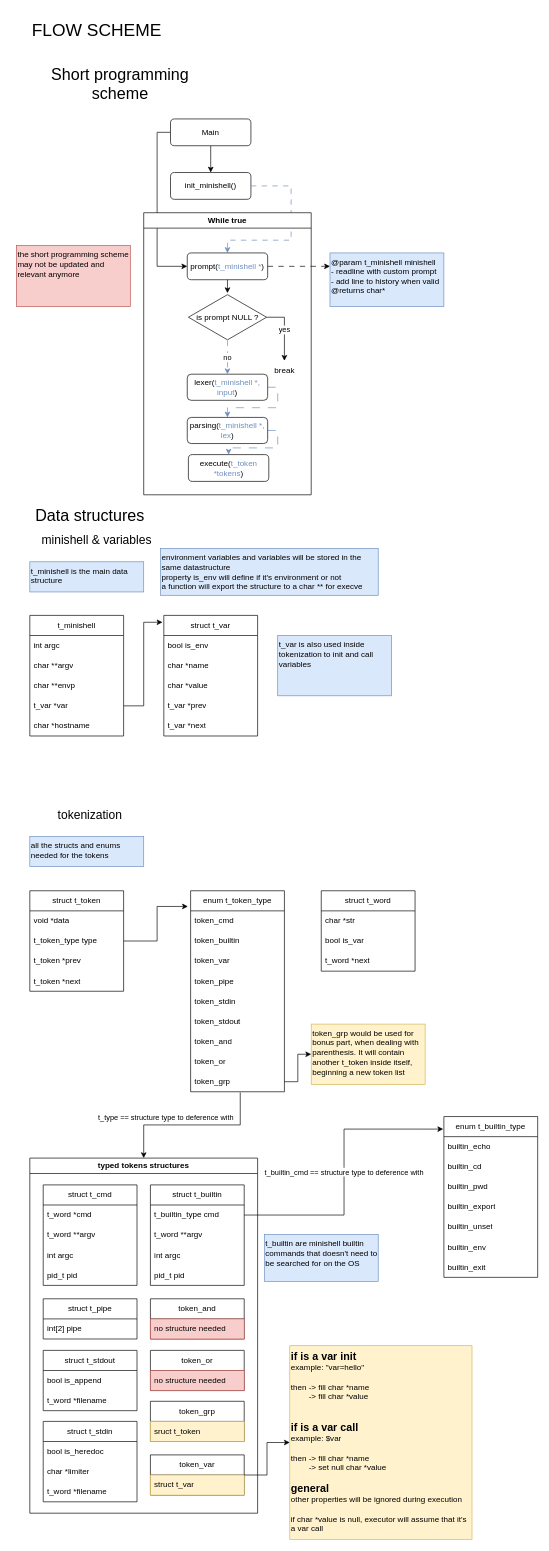
The draw.io diagram docs/flow_scheme.drawio in RPDJF/42-minishell, before the edit. Source tidied: cells renumbered, new cells numbered last; positions are measured from the earlier drawing's top-left corner, leaving out a move shared by most shapes. Both pictures are drawn from the tidied source at 67%, with x=0, y=0 at pixel (13, 11).
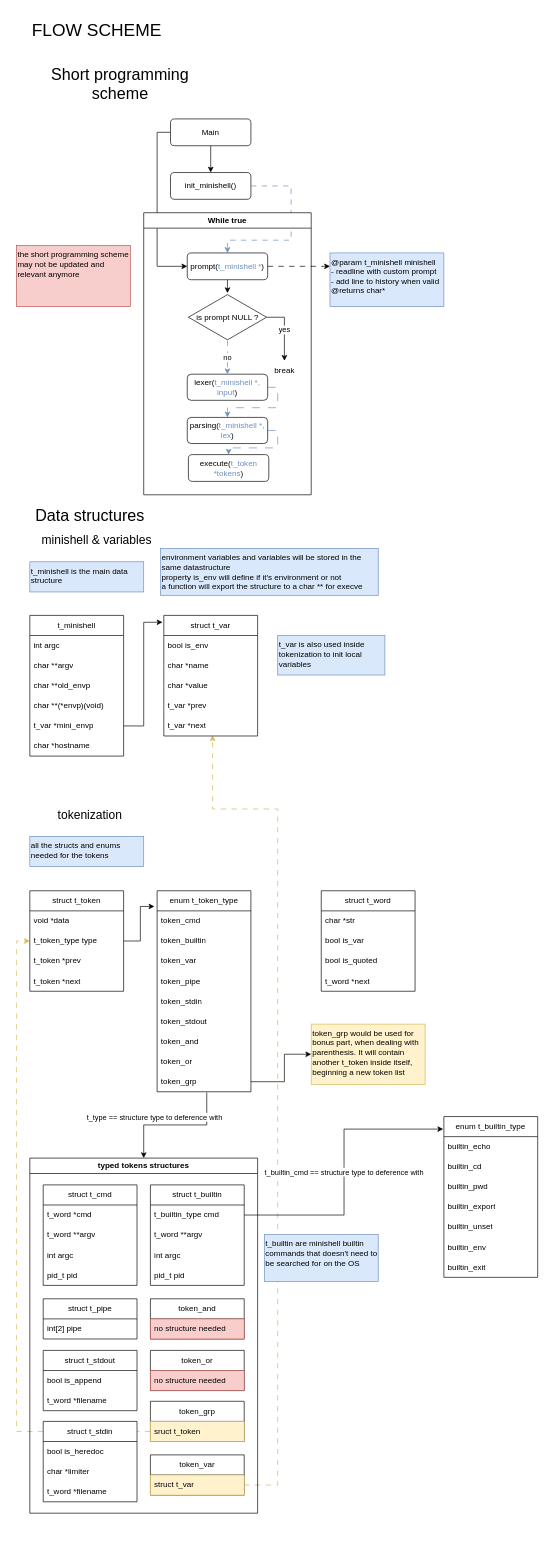
Above is the later version.

Commit message:
Mettre à jour flow_scheme.drawio

The change refers to these unchanged cells:
```xml
<mxCell id="21" value="struct t_token" style="swimlane;fontStyle=0;horizontal=1;startSize=30;whiteSpace=wrap;html=1;" parent="1" vertex="1">
  <mxGeometry x="25" y="1312" width="140" height="150" as="geometry" />
</mxCell>
<mxCell id="36" value="token_grp" style="text;strokeColor=none;fillColor=none;align=left;verticalAlign=middle;spacingLeft=4;spacingRight=4;overflow=hidden;points=[[0,0.5],[1,0.5]];portConstraint=eastwest;whiteSpace=wrap;html=1;" parent="27" vertex="1">
  <mxGeometry y="270" width="140" height="30" as="geometry" />
</mxCell>
<mxCell id="61" value="sruct t_token" style="text;strokeColor=#d6b656;fillColor=#fff2cc;align=left;verticalAlign=middle;spacingLeft=4;spacingRight=4;overflow=hidden;points=[[0,0.5],[1,0.5]];portConstraint=eastwest;whiteSpace=wrap;html=1;" parent="60" vertex="1">
  <mxGeometry y="30" width="140" height="30" as="geometry" />
</mxCell>
<mxCell id="62" value="token_var" style="swimlane;fontStyle=0;horizontal=1;startSize=30;whiteSpace=wrap;html=1;" parent="38" vertex="1">
  <mxGeometry x="180" y="443" width="140" height="60" as="geometry" />
</mxCell>
<mxCell id="63" value="struct t_var" style="text;strokeColor=#d6b656;fillColor=#fff2cc;align=left;verticalAlign=middle;spacingLeft=4;spacingRight=4;overflow=hidden;points=[[0,0.5],[1,0.5]];portConstraint=eastwest;whiteSpace=wrap;html=1;" parent="62" vertex="1">
  <mxGeometry y="30" width="140" height="30" as="geometry" />
</mxCell>
<mxCell id="76" value="token_grp would be used for bonus part, when dealing with parenthesis. It will contain another t_token inside itself, beginning a new token list" style="rounded=0;whiteSpace=wrap;html=1;fillColor=#fff2cc;strokeColor=#d6b656;verticalAlign=top;align=left;" parent="1" vertex="1">
  <mxGeometry x="445" y="1511" width="170" height="90" as="geometry" />
</mxCell>
<mxCell id="94" value="t_var *next" style="text;strokeColor=none;fillColor=none;align=left;verticalAlign=middle;spacingLeft=4;spacingRight=4;overflow=hidden;points=[[0,0.5],[1,0.5]];portConstraint=eastwest;whiteSpace=wrap;html=1;" parent="89" vertex="1">
  <mxGeometry y="150" width="140" height="30" as="geometry" />
</mxCell>
```

Change to the diagram source:
```diff
@@
+    <mxCell id="107" style="edgeStyle=orthogonalEdgeStyle;rounded=0;jettySize=auto;html=1;fillColor=#fff2cc;strokeColor=#d6b656;dashed=1;dashPattern=8 8;" parent="1" edge="1" source="61" target="21">
+      <mxGeometry relative="1" as="geometry">
+        <Array as="points">
+          <mxPoint x="5" y="2119" />
+          <mxPoint x="5" y="1387" />
+        </Array>
+      </mxGeometry>
+    </mxCell>
+    <mxCell id="108" style="edgeStyle=orthogonalEdgeStyle;rounded=0;jettySize=auto;html=1;entryX=0.52;entryY=0.971;entryDx=0;entryDy=0;entryPerimeter=0;fillColor=#fff2cc;strokeColor=#d6b656;dashed=1;dashPattern=8 8;" parent="1" edge="1" source="63" target="94">
+      <mxGeometry relative="1" as="geometry">
+        <Array as="points">
+          <mxPoint x="395" y="2199" />
+          <mxPoint x="395" y="1190" />
+          <mxPoint x="298" y="1190" />
+        </Array>
+      </mxGeometry>
+    </mxCell>
@@
     <mxCell id="27" value="enum t_token_type" style="swimlane;fontStyle=0;horizontal=1;startSize=30;whiteSpace=wrap;html=1;" parent="1" vertex="1">
-      <mxGeometry x="265" y="1312" width="140" height="300" as="geometry" />
+      <mxGeometry x="215" y="1312" width="140" height="300" as="geometry" />
     </mxCell>
@@
     <mxCell id="81" style="edgeStyle=orthogonalEdgeStyle;rounded=0;jettySize=auto;html=1;entryX=0;entryY=0.5;entryDx=0;entryDy=0;" parent="1" edge="1" source="36" target="76">
-      <mxGeometry relative="1" as="geometry" />
+      <mxGeometry relative="1" as="geometry">
+        <Array as="points">
+          <mxPoint x="405" y="1597" />
+          <mxPoint x="405" y="1556" />
+        </Array>
+      </mxGeometry>
     </mxCell>
     <mxCell id="82" value="t_minishell" style="swimlane;fontStyle=0;horizontal=1;startSize=30;whiteSpace=wrap;html=1;" parent="1" vertex="1">
-      <mxGeometry x="25" y="901" width="140" height="180" as="geometry" />
+      <mxGeometry x="25" y="901" width="140" height="210" as="geometry" />
     </mxCell>
@@
-    <mxCell id="85" value="char **envp" style="text;strokeColor=none;fillColor=none;align=left;verticalAlign=middle;spacingLeft=4;spacingRight=4;overflow=hidden;whiteSpace=wrap;html=1;" parent="82" vertex="1">
+    <mxCell id="85" value="char **old_envp" style="text;strokeColor=none;fillColor=none;align=left;verticalAlign=middle;spacingLeft=4;spacingRight=4;overflow=hidden;whiteSpace=wrap;html=1;" parent="82" vertex="1">
       <mxGeometry y="90" width="140" height="30" as="geometry" />
     </mxCell>
+    <mxCell id="109" value="char **(*envp)(void)" style="text;strokeColor=none;fillColor=none;align=left;verticalAlign=middle;spacingLeft=4;spacingRight=4;overflow=hidden;whiteSpace=wrap;html=1;" parent="82" vertex="1">
+      <mxGeometry y="120" width="140" height="30" as="geometry" />
+    </mxCell>
-    <mxCell id="86" value="t_var *var" style="text;strokeColor=none;fillColor=none;align=left;verticalAlign=middle;spacingLeft=4;spacingRight=4;overflow=hidden;points=[[0,0.5],[1,0.5]];portConstraint=eastwest;whiteSpace=wrap;html=1;" parent="82" vertex="1">
-      <mxGeometry y="120" width="140" height="30" as="geometry" />
+    <mxCell id="86" value="t_var *mini_envp" style="text;strokeColor=none;fillColor=none;align=left;verticalAlign=middle;spacingLeft=4;spacingRight=4;overflow=hidden;points=[[0,0.5],[1,0.5]];portConstraint=eastwest;whiteSpace=wrap;html=1;" parent="82" vertex="1">
+      <mxGeometry y="150" width="140" height="30" as="geometry" />
     </mxCell>
     <mxCell id="87" value="char *hostname" style="text;strokeColor=none;fillColor=none;align=left;verticalAlign=middle;spacingLeft=4;spacingRight=4;overflow=hidden;whiteSpace=wrap;html=1;" parent="82" vertex="1">
-      <mxGeometry y="150" width="140" height="30" as="geometry" />
+      <mxGeometry y="180" width="140" height="30" as="geometry" />
     </mxCell>
@@
     <mxCell id="98" value="struct t_word" style="swimlane;fontStyle=0;horizontal=1;startSize=30;whiteSpace=wrap;html=1;" parent="1" vertex="1">
-      <mxGeometry x="460" y="1312" width="140" height="120" as="geometry" />
+      <mxGeometry x="460" y="1312" width="140" height="150" as="geometry" />
     </mxCell>
@@
+    <mxCell id="110" value="bool is_quoted" style="text;strokeColor=none;fillColor=none;align=left;verticalAlign=middle;spacingLeft=4;spacingRight=4;overflow=hidden;whiteSpace=wrap;html=1;" parent="98" vertex="1">
+      <mxGeometry y="90" width="140" height="30" as="geometry" />
+    </mxCell>
     <mxCell id="101" value="t_word *next" style="text;strokeColor=none;fillColor=none;align=left;verticalAlign=middle;spacingLeft=4;spacingRight=4;overflow=hidden;whiteSpace=wrap;html=1;" parent="98" vertex="1">
-      <mxGeometry y="90" width="140" height="30" as="geometry" />
+      <mxGeometry y="120" width="140" height="30" as="geometry" />
     </mxCell>
-    <mxCell id="102" style="edgeStyle=orthogonalEdgeStyle;rounded=0;jettySize=auto;html=1;entryX=0;entryY=0.5;entryDx=0;entryDy=0;" parent="1" edge="1" source="62" target="103">
-      <mxGeometry relative="1" as="geometry" />
-    </mxCell>
-    <mxCell id="103" value="&lt;b&gt;&lt;font style=&quot;font-size: 16px;&quot;&gt;if is a var init&lt;/font&gt;&lt;/b&gt;&lt;div&gt;example: &quot;var=hello&quot;&lt;/div&gt;&lt;div&gt;&lt;br&gt;&lt;/div&gt;&lt;div&gt;then&lt;span style=&quot;white-space: pre;&quot;&gt;&#9;&lt;/span&gt;-&amp;gt; fill char *name&lt;/div&gt;&lt;div&gt;&lt;span style=&quot;white-space: pre;&quot;&gt;&#9;&lt;/span&gt;-&amp;gt; fill char *value&lt;br&gt;&lt;/div&gt;&lt;div&gt;&lt;br&gt;&lt;/div&gt;&lt;div&gt;&lt;br&gt;&lt;/div&gt;&lt;div&gt;&lt;font style=&quot;font-size: 16px;&quot;&gt;&lt;b&gt;if is a var call&lt;/b&gt;&lt;/font&gt;&lt;/div&gt;&lt;div&gt;example: $var&lt;/div&gt;&lt;div&gt;&lt;br&gt;&lt;/div&gt;&lt;div&gt;then -&amp;gt; fill char *name&lt;/div&gt;&lt;div&gt;&lt;span style=&quot;white-space: pre;&quot;&gt;&#9;&lt;/span&gt;-&amp;gt; set null char *value&lt;br&gt;&lt;/div&gt;&lt;div&gt;&lt;br&gt;&lt;/div&gt;&lt;div&gt;&lt;b&gt;&lt;font style=&quot;font-size: 16px;&quot;&gt;general&lt;/font&gt;&lt;/b&gt;&lt;/div&gt;&lt;div&gt;other properties will be ignored during execution&lt;/div&gt;&lt;div&gt;&lt;br&gt;&lt;/div&gt;&lt;div&gt;if char *value is null, executor will assume that it's a var call&lt;/div&gt;" style="rounded=0;whiteSpace=wrap;html=1;fillColor=#fff2cc;strokeColor=#d6b656;verticalAlign=top;align=left;" parent="1" vertex="1">
-      <mxGeometry x="413" y="1991" width="272" height="289" as="geometry" />
-    </mxCell>
@@
-    <mxCell id="105" value="t_var is also used inside tokenization to init and call variables" style="rounded=0;whiteSpace=wrap;html=1;fillColor=#dae8fc;strokeColor=#6c8ebf;verticalAlign=top;align=left;" parent="1" vertex="1">
-      <mxGeometry x="395" y="931" width="170" height="90" as="geometry" />
+    <mxCell id="105" value="t_var is also used inside tokenization to init local variables" style="rounded=0;whiteSpace=wrap;html=1;fillColor=#dae8fc;strokeColor=#6c8ebf;verticalAlign=top;align=left;" parent="1" vertex="1">
+      <mxGeometry x="395" y="931" width="160" height="59" as="geometry" />
     </mxCell>
```
